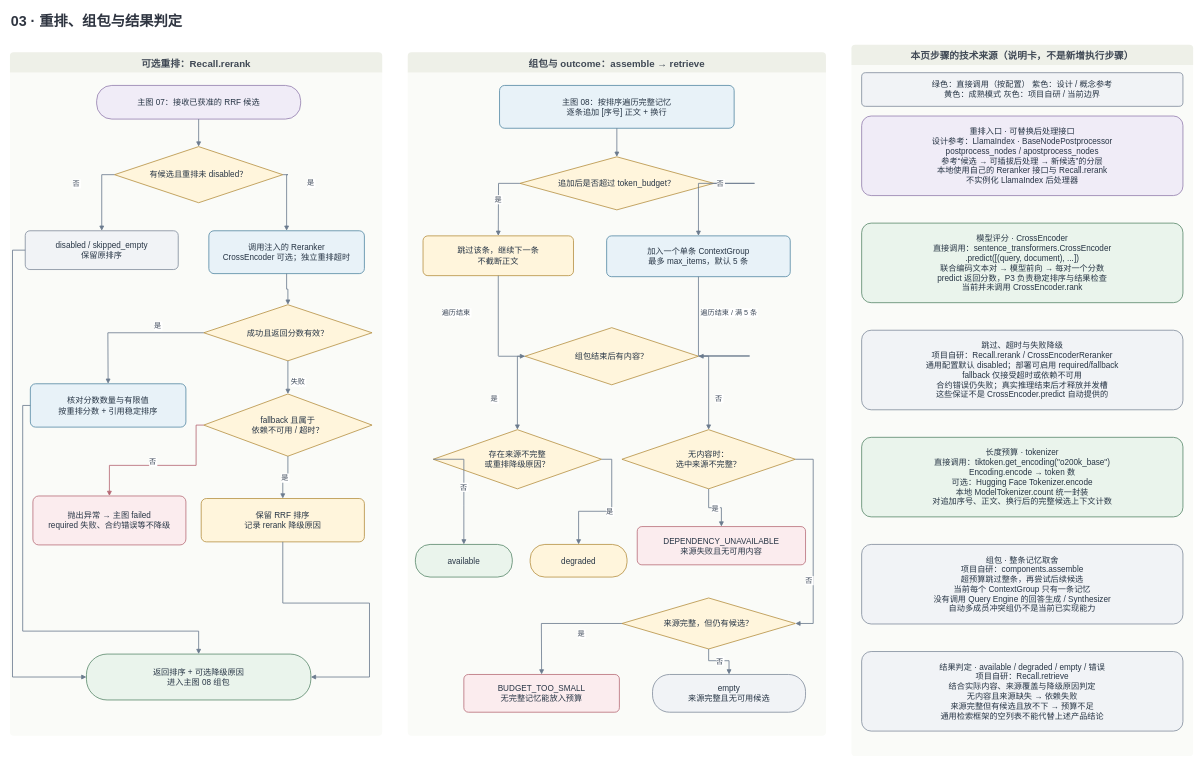
The draw.io diagram page "历史 · 03 · 重排、组包与结果判定" (3 of 4) of 交付成果/架构设计/Recall处理流程/Recall_当前处理流程.drawio in csdnk/Ather-AIAgent, before the edit. Source tidied: cells renumbered, new cells numbered last; positions are measured from the earlier drawing's top-left corner, leaving out a move shared by most shapes. Both pictures are drawn from the tidied source at 51%, with x=0, y=0 at pixel (10, 9).
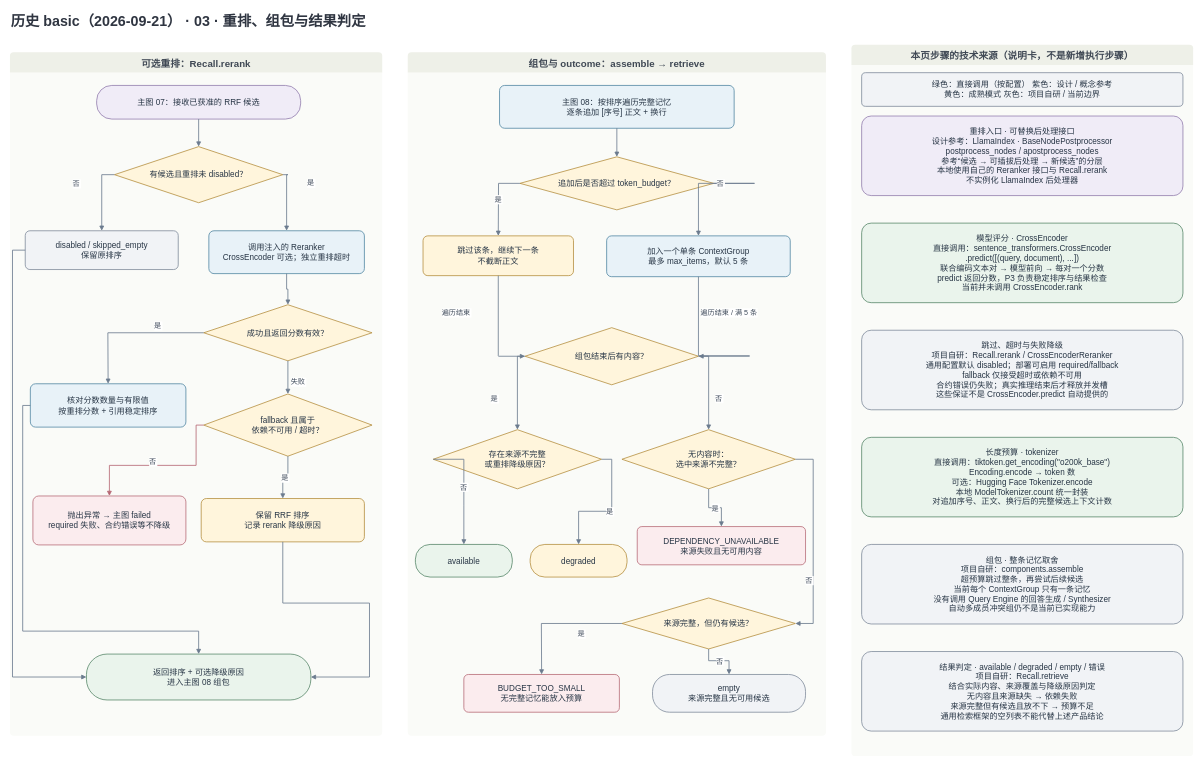
The same page after the edit.

What changed in the source:
```diff
@@
-    <mxCell id="2" value="03 · 重排、组包与结果判定" style="text;html=0;fontFamily=Microsoft YaHei;fontSize=28;fontStyle=1;align=left;fontColor=#2F3541;strokeColor=none;fillColor=none;" parent="1" vertex="1">
+    <mxCell id="2" value="历史 basic（2026-09-21） · 03 · 重排、组包与结果判定" style="text;html=0;fontFamily=Microsoft YaHei;fontSize=28;fontStyle=1;align=left;fontColor=#2F3541;strokeColor=none;fillColor=none;" parent="1" vertex="1">
       <mxGeometry width="2320" height="48" as="geometry" />
     </mxCell>
```
